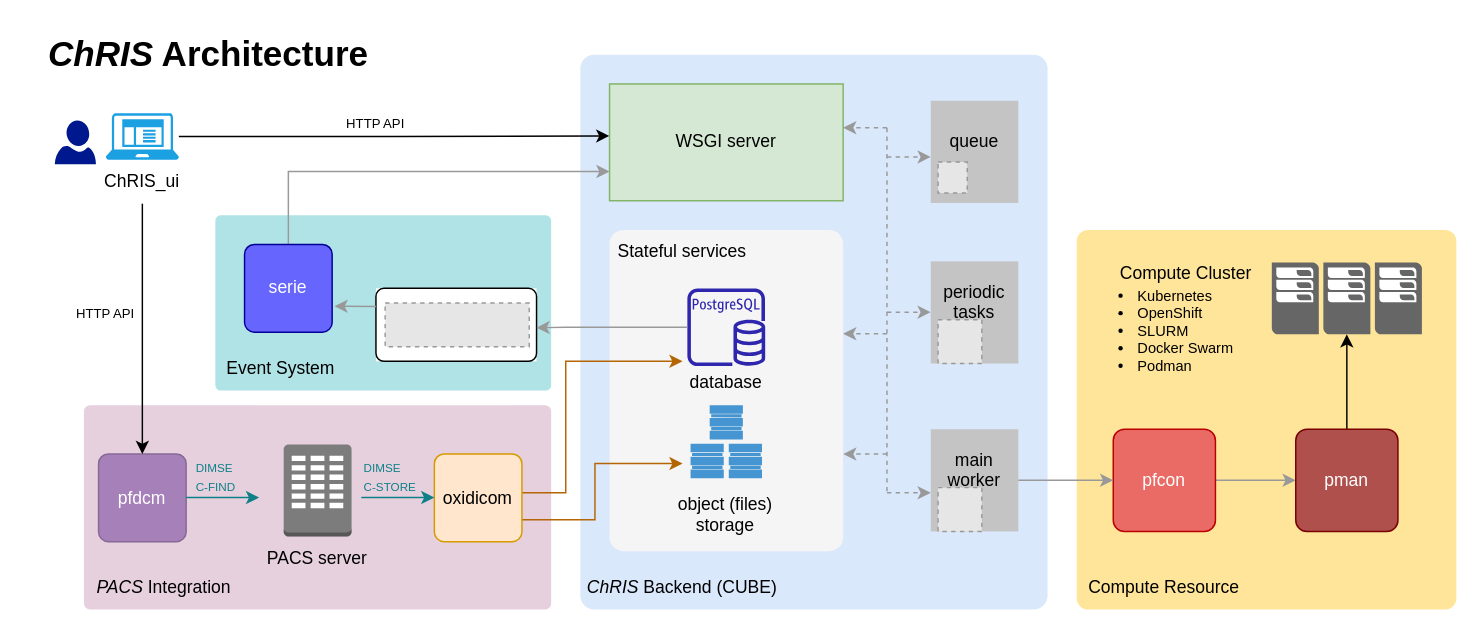
Above: static/img/figures/ChRIS_architecture.drawio in FNNDSC/chrisproject.org (draw.io), before the change. Source tidied: cells renumbered, new cells numbered last; positions are measured from the earlier drawing's top-left corner, leaving out a move shared by most shapes. Both pictures are drawn from the tidied source at 146%, with x=0, y=0 at pixel (25, 25). Pictures stored in the file or linked from it are replaced by grey dashed boxes.
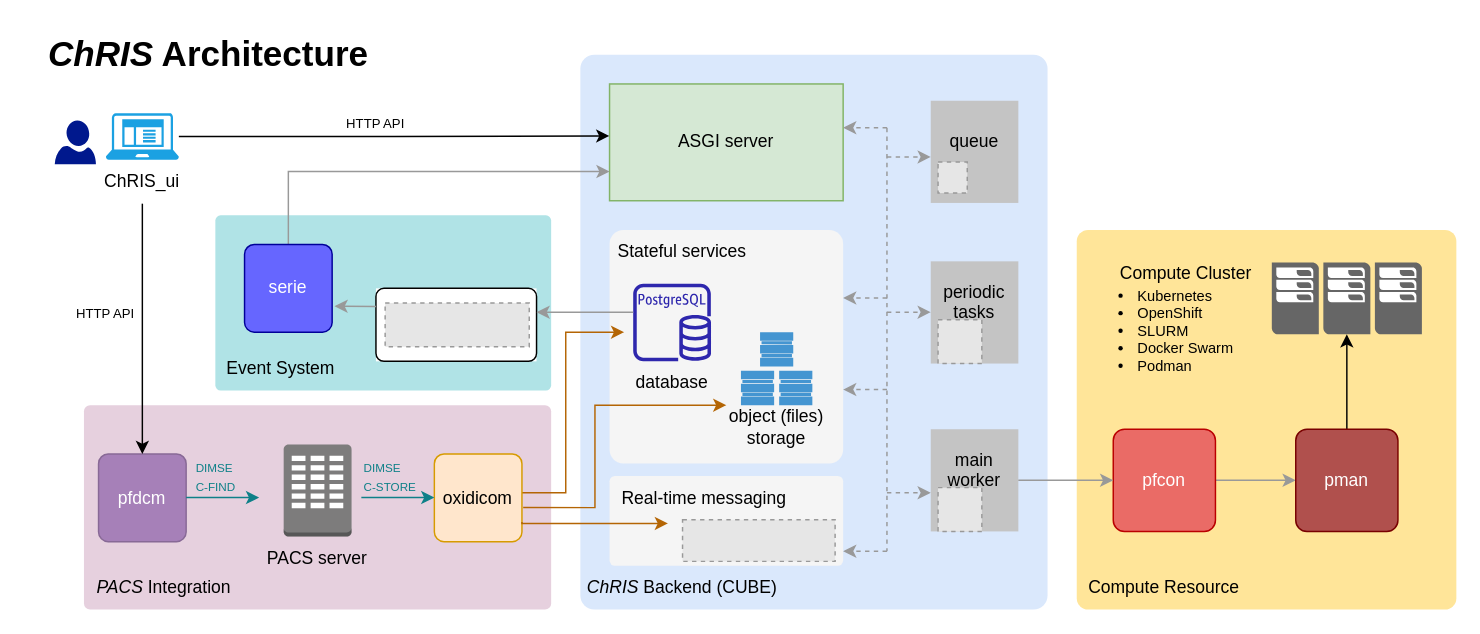
The same page after the edit.

Commit message (it also covers changes not shown here):
Add NATS to architecture diagram

Unchanged cells that the change refers to:
```xml
<mxCell id="8" style="group;" parent="1" vertex="1">
  <mxGeometry x="400" y="140" width="160" height="240" as="geometry" />
</mxCell>
<mxCell id="30" value="&lt;font style=&quot;--darkreader-inline-color: #e8e6e3;&quot;&gt;oxidicom&lt;/font&gt;" style="rounded=1;whiteSpace=wrap;html=1;fillColor=#ffe6cc;strokeColor=#d79b00;arcSize=11;" parent="1" vertex="1">
  <mxGeometry x="280" y="293.5" width="60" height="60" as="geometry" />
</mxCell>
```

Diff of the diagram source:
```diff
@@
     <mxCell id="9" style="rounded=1;whiteSpace=wrap;html=1;fillColor=#f5f5f5;strokeColor=none;glass=0;shadow=0;arcSize=6;fontColor=#333333;" parent="8" vertex="1">
-      <mxGeometry width="160" height="220" as="geometry" />
+      <mxGeometry width="160" height="160" as="geometry" />
     </mxCell>
@@
     <mxCell id="11" style="group;fontStyle=4;" parent="8" vertex="1">
-      <mxGeometry x="53.3" y="40" width="53.3" height="100" as="geometry" />
+      <mxGeometry x="53.3" y="40" width="85.6" height="130" as="geometry" />
     </mxCell>
     <mxCell id="12" style="sketch=0;outlineConnect=0;fontColor=#232F3E;gradientColor=none;fillColor=#2E27AD;strokeColor=none;dashed=0;verticalLabelPosition=bottom;verticalAlign=top;align=center;html=1;fontSize=12;fontStyle=0;shape=mxgraph.aws4.rds_postgresql_instance;" parent="11" vertex="1">
-      <mxGeometry width="53.3" height="53.3" as="geometry" />
+      <mxGeometry x="-37.1" y="-3.3" width="53.3" height="53.3" as="geometry" />
     </mxCell>
     <mxCell id="13" value="database" style="text;html=1;strokeColor=none;fillColor=none;align=center;verticalAlign=middle;whiteSpace=wrap;rounded=0;" parent="8" vertex="1">
-      <mxGeometry x="57.1" y="90" width="45.7" height="30" as="geometry" />
+      <mxGeometry x="20" y="90" width="45.7" height="30" as="geometry" />
     </mxCell>
     <mxCell id="14" value="object (files) storage" style="text;html=1;strokeColor=none;fillColor=none;align=center;verticalAlign=middle;whiteSpace=wrap;rounded=0;" parent="8" vertex="1">
-      <mxGeometry x="34.3" y="180" width="91.4" height="30" as="geometry" />
+      <mxGeometry x="68.7" y="120" width="91.4" height="30" as="geometry" />
     </mxCell>
+    <mxCell id="16" style="edgeStyle=orthogonalEdgeStyle;rounded=0;orthogonalLoop=1;jettySize=auto;html=1;exitX=1;exitY=0.25;exitDx=0;exitDy=0;fillColor=#fad7ac;strokeColor=#b46504;" parent="8" edge="1">
+      <mxGeometry relative="1" as="geometry">
+        <mxPoint x="-60" y="180" as="sourcePoint" />
+        <mxPoint x="10" y="70" as="targetPoint" />
+        <Array as="points">
+          <mxPoint x="-30" y="180" />
+          <mxPoint x="-30" y="70" />
+          <mxPoint x="10" y="70" />
+        </Array>
+      </mxGeometry>
+    </mxCell>
     <mxCell id="15" style="shadow=0;dashed=0;html=1;strokeColor=none;fillColor=#4495D1;labelPosition=center;verticalLabelPosition=bottom;verticalAlign=top;align=center;shape=mxgraph.veeam.storage_cluster;" parent="8" vertex="1">
-      <mxGeometry x="55.5" y="120" width="48.9" height="50" as="geometry" />
+      <mxGeometry x="90" y="70" width="48.9" height="50" as="geometry" />
     </mxCell>
-    <mxCell id="16" style="edgeStyle=orthogonalEdgeStyle;rounded=0;orthogonalLoop=1;jettySize=auto;html=1;exitX=1;exitY=0.25;exitDx=0;exitDy=0;fillColor=#fad7ac;strokeColor=#b46504;" parent="8" edge="1">
-      <mxGeometry relative="1" as="geometry">
-        <mxPoint x="-60" y="180" as="sourcePoint" />
-        <mxPoint x="50" y="90" as="targetPoint" />
-        <Array as="points">
-          <mxPoint x="-30" y="180" />
-          <mxPoint x="-30" y="90" />
-          <mxPoint x="40" y="90" />
-        </Array>
-      </mxGeometry>
-    </mxCell>
-    <mxCell id="17" value="&lt;div&gt;WSGI server&lt;/div&gt;" style="rounded=1;whiteSpace=wrap;html=1;fillColor=#d5e8d4;strokeColor=#82b366;arcSize=0;" parent="1" vertex="1">
+    <mxCell id="17" value="&lt;div&gt;ASGI server&lt;/div&gt;" style="rounded=1;whiteSpace=wrap;html=1;fillColor=#d5e8d4;strokeColor=#82b366;arcSize=0;" parent="1" vertex="1">
       <mxGeometry x="400" y="40" width="160" height="80" as="geometry" />
     </mxCell>
@@
-    <mxCell id="29" style="edgeStyle=orthogonalEdgeStyle;rounded=0;jettySize=auto;html=1;exitX=1;exitY=0.75;exitDx=0;exitDy=0;fillColor=#fad7ac;strokeColor=#b46504;" parent="1" edge="1" source="30">
+    <mxCell id="29" style="edgeStyle=orthogonalEdgeStyle;rounded=0;jettySize=auto;html=1;exitX=1.014;exitY=0.611;exitDx=0;exitDy=0;fillColor=#fad7ac;strokeColor=#b46504;exitPerimeter=0;" parent="1" edge="1" source="30">
       <mxGeometry relative="1" as="geometry">
-        <mxPoint x="450" y="300" as="targetPoint" />
+        <mxPoint x="480" y="260" as="targetPoint" />
         <Array as="points">
-          <mxPoint x="390" y="339" />
-          <mxPoint x="390" y="300" />
-          <mxPoint x="450" y="300" />
+          <mxPoint x="390" y="330" />
+          <mxPoint x="390" y="260" />
         </Array>
       </mxGeometry>
     </mxCell>
@@
-    <mxCell id="60" style="edgeStyle=orthogonalEdgeStyle;rounded=0;jettySize=auto;html=1;strokeColor=#999999;" parent="1" edge="1" source="12">
+    <mxCell id="60" style="edgeStyle=orthogonalEdgeStyle;rounded=0;orthogonalLoop=1;jettySize=auto;html=1;strokeColor=#999999;" parent="1" edge="1">
       <mxGeometry relative="1" as="geometry">
-        <mxPoint x="350" y="207" as="targetPoint" />
+        <mxPoint x="416.2" y="196.3" as="sourcePoint" />
+        <mxPoint x="350" y="196.3" as="targetPoint" />
         <Array as="points">
-          <mxPoint x="370" y="207" />
-          <mxPoint x="370" y="207" />
+          <mxPoint x="370" y="196.3" />
+          <mxPoint x="370" y="196.3" />
         </Array>
       </mxGeometry>
     </mxCell>
@@
     <mxCell id="63" style="endArrow=none;html=1;rounded=0;dashed=1;strokeColor=#999999;" parent="1" edge="1">
       <mxGeometry relative="1" as="geometry">
         <mxPoint x="590" y="70" as="sourcePoint" />
-        <mxPoint x="590" y="320" as="targetPoint" />
+        <mxPoint x="590" y="360" as="targetPoint" />
       </mxGeometry>
     </mxCell>
@@
     <mxCell id="68" style="endArrow=classic;html=1;rounded=0;strokeColor=#999999;dashed=1;" parent="1" edge="1">
       <mxGeometry relative="1" as="geometry">
-        <mxPoint x="590" y="293.5" as="sourcePoint" />
-        <mxPoint x="560" y="293.5" as="targetPoint" />
+        <mxPoint x="590" y="249.3" as="sourcePoint" />
+        <mxPoint x="560" y="249.3" as="targetPoint" />
       </mxGeometry>
     </mxCell>
     <mxCell id="69" style="endArrow=classic;html=1;rounded=0;strokeColor=#999999;dashed=1;" parent="1" edge="1">
       <mxGeometry relative="1" as="geometry">
-        <mxPoint x="590" y="211.1" as="sourcePoint" />
-        <mxPoint x="560" y="211.1" as="targetPoint" />
+        <mxPoint x="590" y="186.6" as="sourcePoint" />
+        <mxPoint x="560" y="186.6" as="targetPoint" />
       </mxGeometry>
     </mxCell>
+    <mxCell id="70" style="rounded=1;whiteSpace=wrap;html=1;fillColor=#f5f5f5;strokeColor=none;glass=0;shadow=0;arcSize=6;fontColor=#333333;" parent="1" vertex="1">
+      <mxGeometry x="400" y="308.5" width="160" height="61.5" as="geometry" />
+    </mxCell>
+    <mxCell id="71" value="Real-time messaging" style="text;html=1;strokeColor=none;fillColor=none;align=center;verticalAlign=middle;whiteSpace=wrap;rounded=0;" parent="1" vertex="1">
+      <mxGeometry x="400" y="308.5" width="130" height="30" as="geometry" />
+    </mxCell>
+    <mxCell id="72" style="edgeStyle=orthogonalEdgeStyle;rounded=0;orthogonalLoop=1;jettySize=auto;html=1;exitX=1;exitY=0.75;exitDx=0;exitDy=0;fillColor=#fad7ac;strokeColor=#b46504;" parent="1" edge="1">
+      <mxGeometry relative="1" as="geometry">
+        <mxPoint x="340" y="340" as="sourcePoint" />
+        <mxPoint x="440" y="341" as="targetPoint" />
+        <Array as="points">
+          <mxPoint x="340" y="341" />
+        </Array>
+      </mxGeometry>
+    </mxCell>
+    <mxCell id="73" style="endArrow=classic;html=1;rounded=0;strokeColor=#999999;dashed=1;" parent="1" edge="1">
+      <mxGeometry relative="1" as="geometry">
+        <mxPoint x="590" y="360" as="sourcePoint" />
+        <mxPoint x="560" y="360" as="targetPoint" />
+      </mxGeometry>
+    </mxCell>
+    <mxCell id="74" style="fillColor=#E6E6E6;strokeColor=#999999;dashed=1;verticalLabelPosition=bottom;labelBackgroundColor=default;verticalAlign=top;" parent="1" vertex="1">
+      <mxGeometry x="450" y="338.5" width="104.5" height="28.5" as="geometry" />
+    </mxCell>
```
